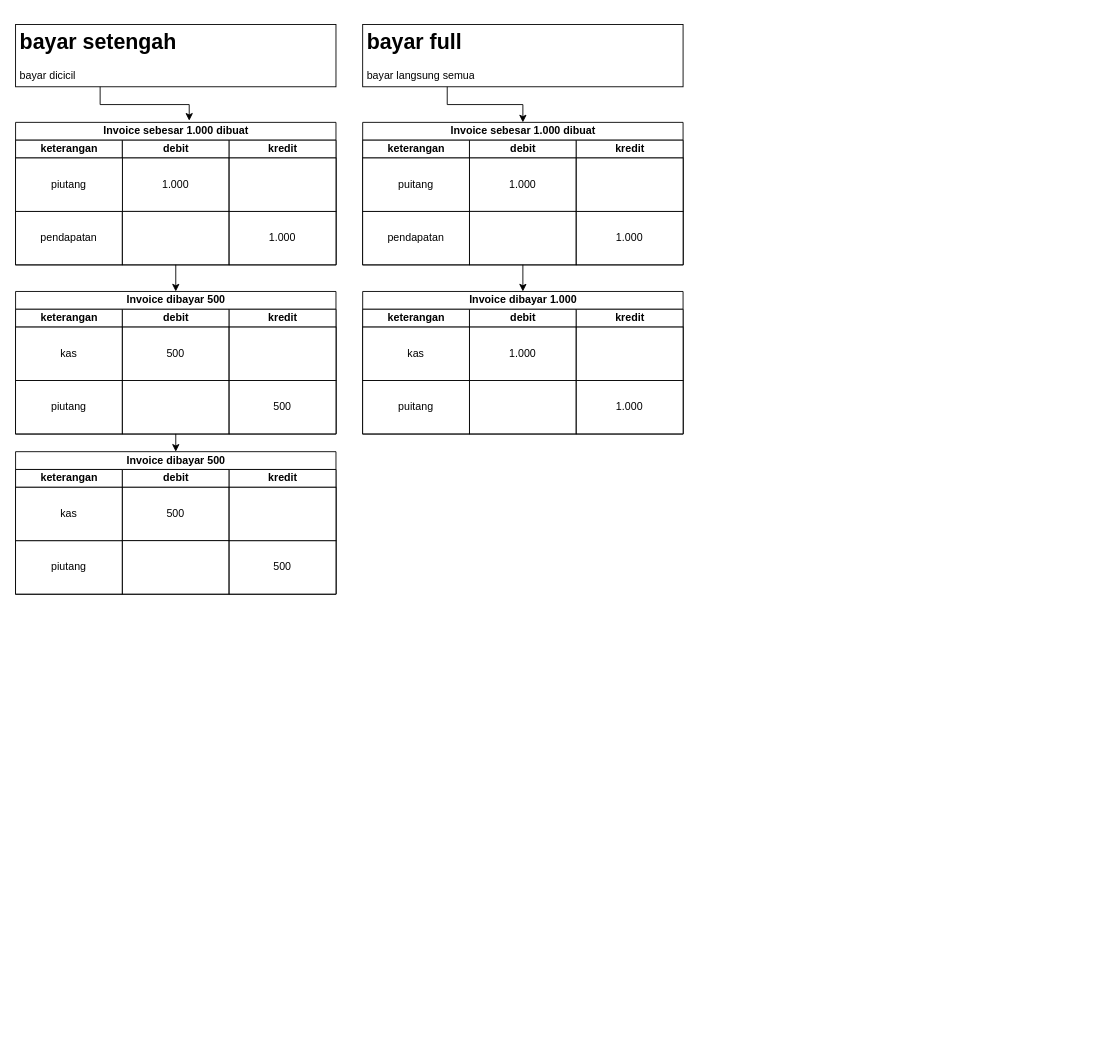
Earlier version of the draw.io diagram transaksi piutang.drawio (mieburungdara/draw.io_transaksipuitang). Source tidied: cells renumbered, new cells numbered last; positions are measured from the earlier drawing's top-left corner, leaving out a move shared by most shapes. Both pictures are drawn from the tidied source at 89%, with x=0, y=0 at pixel (15, 24).
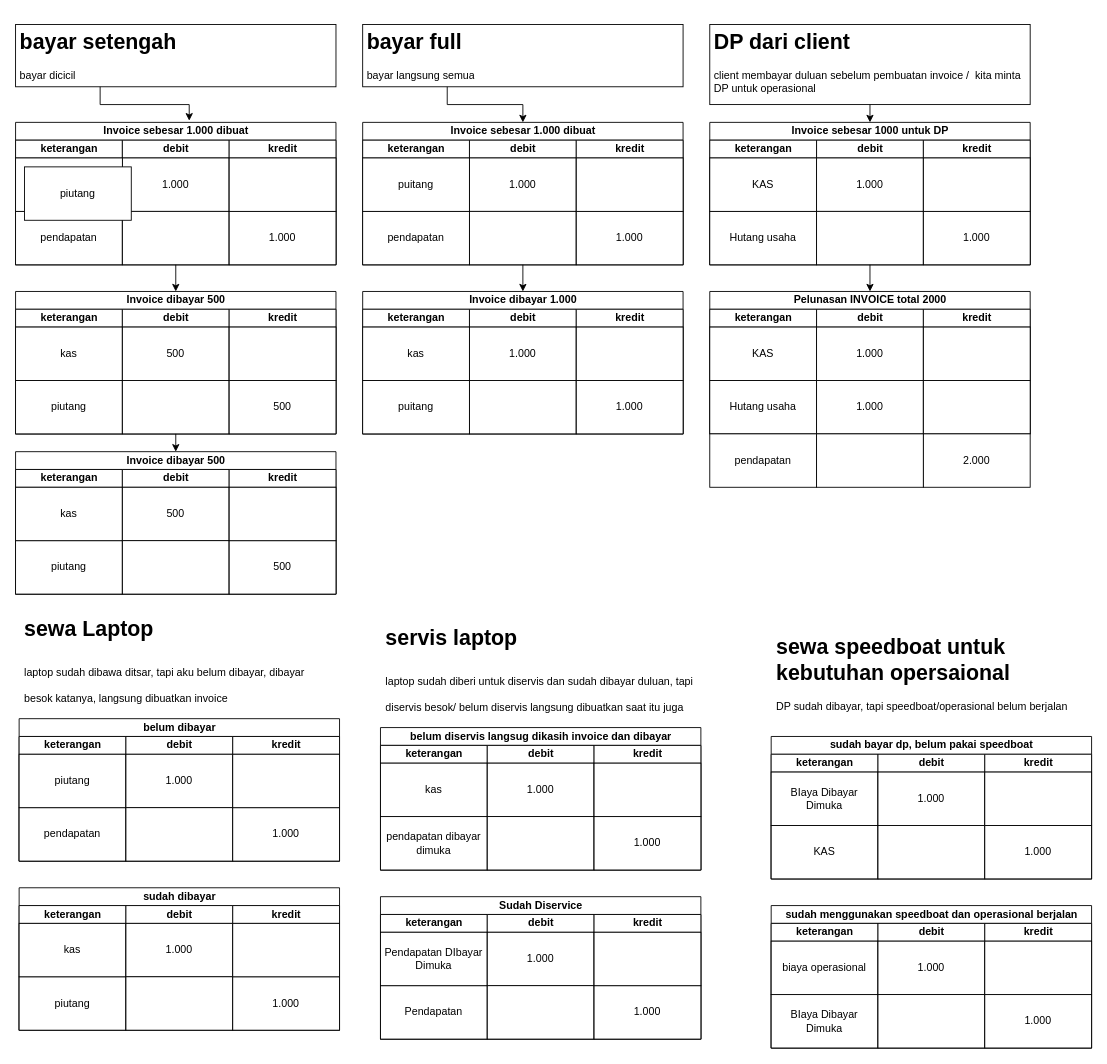
The same page after the edit.

Change to the diagram source:
```diff
@@
+    <mxCell id="61" style="rounded=0;whiteSpace=wrap;html=1;" parent="1" vertex="1">
+      <mxGeometry x="780" width="360" height="90" as="geometry" />
+    </mxCell>
+    <mxCell id="62" style="edgeStyle=orthogonalEdgeStyle;rounded=0;jettySize=auto;html=1;exitX=0.5;exitY=1;exitDx=0;exitDy=0;entryX=0.5;entryY=0;entryDx=0;entryDy=0;" parent="1" edge="1" source="63" target="64">
+      <mxGeometry relative="1" as="geometry" />
+    </mxCell>
+    <mxCell id="63" value="&lt;h1&gt;DP dari client&lt;/h1&gt;&lt;p&gt;client membayar duluan sebelum pembuatan invoice /&amp;nbsp; kita minta DP untuk operasional&lt;/p&gt;" style="text;html=1;strokeColor=none;fillColor=none;spacing=5;spacingTop=-20;whiteSpace=wrap;overflow=hidden;rounded=0;" parent="1" vertex="1">
+      <mxGeometry x="780" width="360" height="90" as="geometry" />
+    </mxCell>
+    <mxCell id="64" value="Invoice sebesar 1000 untuk DP" style="swimlane;startSize=20;html=1;" parent="1" vertex="1">
+      <mxGeometry x="780" y="110" width="360" height="160" as="geometry" />
+    </mxCell>
+    <mxCell id="65" value="keterangan" style="swimlane;startSize=20;html=1;" parent="64" vertex="1">
+      <mxGeometry y="20" width="120" height="140" as="geometry" />
+    </mxCell>
+    <mxCell id="66" value="Hutang usaha" style="rounded=0;whiteSpace=wrap;html=1;" parent="65" vertex="1">
+      <mxGeometry y="80" width="120" height="60" as="geometry" />
+    </mxCell>
+    <mxCell id="67" value="KAS" style="rounded=0;whiteSpace=wrap;html=1;" parent="65" vertex="1">
+      <mxGeometry y="20" width="120" height="60" as="geometry" />
+    </mxCell>
+    <mxCell id="68" value="debit" style="swimlane;startSize=20;html=1;" parent="64" vertex="1">
+      <mxGeometry x="120" y="20" width="120" height="140" as="geometry" />
+    </mxCell>
+    <mxCell id="69" value="1.000" style="rounded=0;whiteSpace=wrap;html=1;" parent="68" vertex="1">
+      <mxGeometry y="20" width="120" height="60" as="geometry" />
+    </mxCell>
+    <mxCell id="70" style="rounded=0;whiteSpace=wrap;html=1;" parent="68" vertex="1">
+      <mxGeometry y="80" width="120" height="60" as="geometry" />
+    </mxCell>
+    <mxCell id="71" value="kredit" style="swimlane;startSize=20;html=1;" parent="64" vertex="1">
+      <mxGeometry x="240" y="20" width="120" height="140" as="geometry" />
+    </mxCell>
+    <mxCell id="72" value="1.000" style="rounded=0;whiteSpace=wrap;html=1;" parent="71" vertex="1">
+      <mxGeometry y="80" width="120" height="60" as="geometry" />
+    </mxCell>
+    <mxCell id="73" style="rounded=0;whiteSpace=wrap;html=1;" parent="71" vertex="1">
+      <mxGeometry y="20" width="120" height="60" as="geometry" />
+    </mxCell>
+    <mxCell id="74" value="Pelunasan INVOICE total 2000" style="swimlane;startSize=20;html=1;" parent="1" vertex="1">
+      <mxGeometry x="780" y="300" width="360" height="160" as="geometry" />
+    </mxCell>
+    <mxCell id="75" value="keterangan" style="swimlane;startSize=20;html=1;" parent="74" vertex="1">
+      <mxGeometry y="20" width="120" height="140" as="geometry" />
+    </mxCell>
+    <mxCell id="76" value="Hutang usaha" style="rounded=0;whiteSpace=wrap;html=1;" parent="75" vertex="1">
+      <mxGeometry y="80" width="120" height="60" as="geometry" />
+    </mxCell>
+    <mxCell id="77" value="KAS" style="rounded=0;whiteSpace=wrap;html=1;" parent="75" vertex="1">
+      <mxGeometry y="20" width="120" height="60" as="geometry" />
+    </mxCell>
+    <mxCell id="78" value="debit" style="swimlane;startSize=20;html=1;" parent="74" vertex="1">
+      <mxGeometry x="120" y="20" width="120" height="140" as="geometry" />
+    </mxCell>
+    <mxCell id="79" value="1.000" style="rounded=0;whiteSpace=wrap;html=1;" parent="78" vertex="1">
+      <mxGeometry y="20" width="120" height="60" as="geometry" />
+    </mxCell>
+    <mxCell id="80" value="1.000" style="rounded=0;whiteSpace=wrap;html=1;" parent="78" vertex="1">
+      <mxGeometry y="80" width="120" height="60" as="geometry" />
+    </mxCell>
+    <mxCell id="81" value="kredit" style="swimlane;startSize=20;html=1;" parent="74" vertex="1">
+      <mxGeometry x="240" y="20" width="120" height="140" as="geometry" />
+    </mxCell>
+    <mxCell id="82" style="rounded=0;whiteSpace=wrap;html=1;" parent="81" vertex="1">
+      <mxGeometry y="80" width="120" height="60" as="geometry" />
+    </mxCell>
+    <mxCell id="83" style="rounded=0;whiteSpace=wrap;html=1;" parent="81" vertex="1">
+      <mxGeometry y="20" width="120" height="60" as="geometry" />
+    </mxCell>
+    <mxCell id="84" style="edgeStyle=orthogonalEdgeStyle;rounded=0;jettySize=auto;html=1;exitX=0.5;exitY=1;exitDx=0;exitDy=0;entryX=0.5;entryY=0;entryDx=0;entryDy=0;" parent="1" edge="1" source="70" target="74">
+      <mxGeometry relative="1" as="geometry" />
+    </mxCell>
+    <mxCell id="85" value="pendapatan" style="rounded=0;whiteSpace=wrap;html=1;" parent="1" vertex="1">
+      <mxGeometry x="780" y="460" width="120" height="60" as="geometry" />
+    </mxCell>
+    <mxCell id="86" style="rounded=0;whiteSpace=wrap;html=1;" parent="1" vertex="1">
+      <mxGeometry x="900" y="460" width="120" height="60" as="geometry" />
+    </mxCell>
+    <mxCell id="87" value="2.000" style="rounded=0;whiteSpace=wrap;html=1;" parent="1" vertex="1">
+      <mxGeometry x="1020" y="460" width="120" height="60" as="geometry" />
+    </mxCell>
+    <mxCell id="88" value="&lt;h1&gt;&lt;span style=&quot;background-color: initial;&quot;&gt;sewa Laptop&lt;/span&gt;&lt;/h1&gt;&lt;h1&gt;&lt;span style=&quot;background-color: initial; font-size: 12px; font-weight: normal;&quot;&gt;laptop sudah dibawa ditsar, tapi aku belum dibayar, dibayar besok katanya, langsung dibuatkan invoice&lt;/span&gt;&lt;br&gt;&lt;/h1&gt;" style="text;html=1;strokeColor=none;fillColor=none;spacing=5;spacingTop=-20;whiteSpace=wrap;overflow=hidden;rounded=0;" parent="1" vertex="1">
+      <mxGeometry x="5" y="660" width="356" height="120" as="geometry" />
+    </mxCell>
+    <mxCell id="89" value="belum dibayar" style="swimlane;startSize=20;html=1;" parent="1" vertex="1">
+      <mxGeometry x="4" y="780" width="360" height="160" as="geometry" />
+    </mxCell>
+    <mxCell id="90" value="keterangan" style="swimlane;startSize=20;html=1;" parent="89" vertex="1">
+      <mxGeometry y="20" width="120" height="140" as="geometry" />
+    </mxCell>
+    <mxCell id="91" value="pendapatan" style="rounded=0;whiteSpace=wrap;html=1;" parent="90" vertex="1">
+      <mxGeometry y="80" width="120" height="60" as="geometry" />
+    </mxCell>
+    <mxCell id="92" value="piutang" style="rounded=0;whiteSpace=wrap;html=1;" parent="90" vertex="1">
+      <mxGeometry y="20" width="120" height="60" as="geometry" />
+    </mxCell>
+    <mxCell id="93" value="debit" style="swimlane;startSize=20;html=1;" parent="89" vertex="1">
+      <mxGeometry x="120" y="20" width="120" height="140" as="geometry" />
+    </mxCell>
+    <mxCell id="94" value="1.000" style="rounded=0;whiteSpace=wrap;html=1;" parent="93" vertex="1">
+      <mxGeometry y="20" width="120" height="60" as="geometry" />
+    </mxCell>
+    <mxCell id="95" style="rounded=0;whiteSpace=wrap;html=1;" parent="93" vertex="1">
+      <mxGeometry y="80" width="120" height="60" as="geometry" />
+    </mxCell>
+    <mxCell id="96" value="kredit" style="swimlane;startSize=20;html=1;" parent="89" vertex="1">
+      <mxGeometry x="240" y="20" width="120" height="140" as="geometry" />
+    </mxCell>
+    <mxCell id="97" value="1.000" style="rounded=0;whiteSpace=wrap;html=1;" parent="96" vertex="1">
+      <mxGeometry y="80" width="120" height="60" as="geometry" />
+    </mxCell>
+    <mxCell id="98" style="rounded=0;whiteSpace=wrap;html=1;" parent="96" vertex="1">
+      <mxGeometry y="20" width="120" height="60" as="geometry" />
+    </mxCell>
+    <mxCell id="99" value="piutang" style="rounded=0;whiteSpace=wrap;html=1;" parent="1" vertex="1">
+      <mxGeometry x="10" y="160" width="120" height="60" as="geometry" />
+    </mxCell>
+    <mxCell id="100" value="sudah dibayar" style="swimlane;startSize=20;html=1;" parent="1" vertex="1">
+      <mxGeometry x="4" y="970" width="360" height="160" as="geometry" />
+    </mxCell>
+    <mxCell id="101" value="keterangan" style="swimlane;startSize=20;html=1;" parent="100" vertex="1">
+      <mxGeometry y="20" width="120" height="140" as="geometry" />
+    </mxCell>
+    <mxCell id="102" value="piutang" style="rounded=0;whiteSpace=wrap;html=1;" parent="101" vertex="1">
+      <mxGeometry y="80" width="120" height="60" as="geometry" />
+    </mxCell>
+    <mxCell id="103" value="kas" style="rounded=0;whiteSpace=wrap;html=1;" parent="101" vertex="1">
+      <mxGeometry y="20" width="120" height="60" as="geometry" />
+    </mxCell>
+    <mxCell id="104" value="debit" style="swimlane;startSize=20;html=1;" parent="100" vertex="1">
+      <mxGeometry x="120" y="20" width="120" height="140" as="geometry" />
+    </mxCell>
+    <mxCell id="105" value="1.000" style="rounded=0;whiteSpace=wrap;html=1;" parent="104" vertex="1">
+      <mxGeometry y="20" width="120" height="60" as="geometry" />
+    </mxCell>
+    <mxCell id="106" style="rounded=0;whiteSpace=wrap;html=1;" parent="104" vertex="1">
+      <mxGeometry y="80" width="120" height="60" as="geometry" />
+    </mxCell>
+    <mxCell id="107" value="kredit" style="swimlane;startSize=20;html=1;" parent="100" vertex="1">
+      <mxGeometry x="240" y="20" width="120" height="140" as="geometry" />
+    </mxCell>
+    <mxCell id="108" value="1.000" style="rounded=0;whiteSpace=wrap;html=1;" parent="107" vertex="1">
+      <mxGeometry y="80" width="120" height="60" as="geometry" />
+    </mxCell>
+    <mxCell id="109" style="rounded=0;whiteSpace=wrap;html=1;" parent="107" vertex="1">
+      <mxGeometry y="20" width="120" height="60" as="geometry" />
+    </mxCell>
+    <mxCell id="110" value="&lt;h1&gt;&lt;span style=&quot;background-color: initial;&quot;&gt;servis laptop&lt;/span&gt;&lt;/h1&gt;&lt;h1&gt;&lt;span style=&quot;background-color: initial; font-size: 12px; font-weight: normal;&quot;&gt;laptop sudah diberi untuk diservis dan sudah dibayar duluan, tapi diservis besok/ belum diservis langsung dibuatkan saat itu juga&lt;/span&gt;&lt;br&gt;&lt;/h1&gt;" style="text;html=1;strokeColor=none;fillColor=none;spacing=5;spacingTop=-20;whiteSpace=wrap;overflow=hidden;rounded=0;" parent="1" vertex="1">
+      <mxGeometry x="411" y="670" width="356" height="120" as="geometry" />
+    </mxCell>
+    <mxCell id="111" value="belum diservis langsug dikasih invoice dan dibayar" style="swimlane;startSize=20;html=1;" parent="1" vertex="1">
+      <mxGeometry x="410" y="790" width="360" height="160" as="geometry" />
+    </mxCell>
+    <mxCell id="112" value="keterangan" style="swimlane;startSize=20;html=1;" parent="111" vertex="1">
+      <mxGeometry y="20" width="120" height="140" as="geometry" />
+    </mxCell>
+    <mxCell id="113" value="pendapatan dibayar dimuka" style="rounded=0;whiteSpace=wrap;html=1;" parent="112" vertex="1">
+      <mxGeometry y="80" width="120" height="60" as="geometry" />
+    </mxCell>
+    <mxCell id="114" value="kas" style="rounded=0;whiteSpace=wrap;html=1;" parent="112" vertex="1">
+      <mxGeometry y="20" width="120" height="60" as="geometry" />
+    </mxCell>
+    <mxCell id="115" value="debit" style="swimlane;startSize=20;html=1;" parent="111" vertex="1">
+      <mxGeometry x="120" y="20" width="120" height="140" as="geometry" />
+    </mxCell>
+    <mxCell id="116" value="1.000" style="rounded=0;whiteSpace=wrap;html=1;" parent="115" vertex="1">
+      <mxGeometry y="20" width="120" height="60" as="geometry" />
+    </mxCell>
+    <mxCell id="117" style="rounded=0;whiteSpace=wrap;html=1;" parent="115" vertex="1">
+      <mxGeometry y="80" width="120" height="60" as="geometry" />
+    </mxCell>
+    <mxCell id="118" value="kredit" style="swimlane;startSize=20;html=1;" parent="111" vertex="1">
+      <mxGeometry x="240" y="20" width="120" height="140" as="geometry" />
+    </mxCell>
+    <mxCell id="119" value="1.000" style="rounded=0;whiteSpace=wrap;html=1;" parent="118" vertex="1">
+      <mxGeometry y="80" width="120" height="60" as="geometry" />
+    </mxCell>
+    <mxCell id="120" style="rounded=0;whiteSpace=wrap;html=1;" parent="118" vertex="1">
+      <mxGeometry y="20" width="120" height="60" as="geometry" />
+    </mxCell>
+    <mxCell id="121" value="Sudah Diservice" style="swimlane;startSize=20;html=1;" parent="1" vertex="1">
+      <mxGeometry x="410" y="980" width="360" height="160" as="geometry" />
+    </mxCell>
+    <mxCell id="122" value="keterangan" style="swimlane;startSize=20;html=1;" parent="121" vertex="1">
+      <mxGeometry y="20" width="120" height="140" as="geometry" />
+    </mxCell>
+    <mxCell id="123" value="Pendapatan" style="rounded=0;whiteSpace=wrap;html=1;" parent="122" vertex="1">
+      <mxGeometry y="80" width="120" height="60" as="geometry" />
+    </mxCell>
+    <mxCell id="124" value="Pendapatan DIbayar Dimuka" style="rounded=0;whiteSpace=wrap;html=1;" parent="122" vertex="1">
+      <mxGeometry y="20" width="120" height="60" as="geometry" />
+    </mxCell>
+    <mxCell id="125" value="debit" style="swimlane;startSize=20;html=1;" parent="121" vertex="1">
+      <mxGeometry x="120" y="20" width="120" height="140" as="geometry" />
+    </mxCell>
+    <mxCell id="126" value="1.000" style="rounded=0;whiteSpace=wrap;html=1;" parent="125" vertex="1">
+      <mxGeometry y="20" width="120" height="60" as="geometry" />
+    </mxCell>
+    <mxCell id="127" style="rounded=0;whiteSpace=wrap;html=1;" parent="125" vertex="1">
+      <mxGeometry y="80" width="120" height="60" as="geometry" />
+    </mxCell>
+    <mxCell id="128" value="kredit" style="swimlane;startSize=20;html=1;" parent="121" vertex="1">
+      <mxGeometry x="240" y="20" width="120" height="140" as="geometry" />
+    </mxCell>
+    <mxCell id="129" value="1.000" style="rounded=0;whiteSpace=wrap;html=1;" parent="128" vertex="1">
+      <mxGeometry y="80" width="120" height="60" as="geometry" />
+    </mxCell>
+    <mxCell id="130" style="rounded=0;whiteSpace=wrap;html=1;" parent="128" vertex="1">
+      <mxGeometry y="20" width="120" height="60" as="geometry" />
+    </mxCell>
+    <mxCell id="131" value="&lt;h1&gt;&lt;span style=&quot;background-color: initial;&quot;&gt;sewa speedboat untuk kebutuhan opersaional&lt;/span&gt;&lt;br&gt;&lt;/h1&gt;&lt;div&gt;DP sudah dibayar, tapi speedboat/operasional belum berjalan&lt;/div&gt;" style="text;html=1;strokeColor=none;fillColor=none;spacing=5;spacingTop=-20;whiteSpace=wrap;overflow=hidden;rounded=0;" parent="1" vertex="1">
+      <mxGeometry x="850" y="680" width="356" height="130" as="geometry" />
+    </mxCell>
+    <mxCell id="132" value="sudah bayar dp, belum pakai speedboat" style="swimlane;startSize=20;html=1;" parent="1" vertex="1">
+      <mxGeometry x="849" y="800" width="360" height="160" as="geometry" />
+    </mxCell>
+    <mxCell id="133" value="keterangan" style="swimlane;startSize=20;html=1;" parent="132" vertex="1">
+      <mxGeometry y="20" width="120" height="140" as="geometry" />
+    </mxCell>
+    <mxCell id="134" value="KAS" style="rounded=0;whiteSpace=wrap;html=1;" parent="133" vertex="1">
+      <mxGeometry y="80" width="120" height="60" as="geometry" />
+    </mxCell>
+    <mxCell id="135" value="BIaya Dibayar Dimuka" style="rounded=0;whiteSpace=wrap;html=1;" parent="133" vertex="1">
+      <mxGeometry y="20" width="120" height="60" as="geometry" />
+    </mxCell>
+    <mxCell id="136" value="debit" style="swimlane;startSize=20;html=1;" parent="132" vertex="1">
+      <mxGeometry x="120" y="20" width="120" height="140" as="geometry" />
+    </mxCell>
+    <mxCell id="137" value="1.000" style="rounded=0;whiteSpace=wrap;html=1;" parent="136" vertex="1">
+      <mxGeometry y="20" width="120" height="60" as="geometry" />
+    </mxCell>
+    <mxCell id="138" style="rounded=0;whiteSpace=wrap;html=1;" parent="136" vertex="1">
+      <mxGeometry y="80" width="120" height="60" as="geometry" />
+    </mxCell>
+    <mxCell id="139" value="kredit" style="swimlane;startSize=20;html=1;" parent="132" vertex="1">
+      <mxGeometry x="240" y="20" width="120" height="140" as="geometry" />
+    </mxCell>
+    <mxCell id="140" value="1.000" style="rounded=0;whiteSpace=wrap;html=1;" parent="139" vertex="1">
+      <mxGeometry y="80" width="120" height="60" as="geometry" />
+    </mxCell>
+    <mxCell id="141" style="rounded=0;whiteSpace=wrap;html=1;" parent="139" vertex="1">
+      <mxGeometry y="20" width="120" height="60" as="geometry" />
+    </mxCell>
+    <mxCell id="142" value="sudah menggunakan speedboat dan operasional berjalan" style="swimlane;startSize=20;html=1;" parent="1" vertex="1">
+      <mxGeometry x="849" y="990" width="360" height="160" as="geometry" />
+    </mxCell>
+    <mxCell id="143" value="keterangan" style="swimlane;startSize=20;html=1;" parent="142" vertex="1">
+      <mxGeometry y="20" width="120" height="140" as="geometry" />
+    </mxCell>
+    <mxCell id="144" value="BIaya Dibayar Dimuka" style="rounded=0;whiteSpace=wrap;html=1;" parent="143" vertex="1">
+      <mxGeometry y="80" width="120" height="60" as="geometry" />
+    </mxCell>
+    <mxCell id="145" value="biaya operasional" style="rounded=0;whiteSpace=wrap;html=1;" parent="143" vertex="1">
+      <mxGeometry y="20" width="120" height="60" as="geometry" />
+    </mxCell>
+    <mxCell id="146" value="debit" style="swimlane;startSize=20;html=1;" parent="142" vertex="1">
+      <mxGeometry x="120" y="20" width="120" height="140" as="geometry" />
+    </mxCell>
+    <mxCell id="147" value="1.000" style="rounded=0;whiteSpace=wrap;html=1;" parent="146" vertex="1">
+      <mxGeometry y="20" width="120" height="60" as="geometry" />
+    </mxCell>
+    <mxCell id="148" style="rounded=0;whiteSpace=wrap;html=1;" parent="146" vertex="1">
+      <mxGeometry y="80" width="120" height="60" as="geometry" />
+    </mxCell>
+    <mxCell id="149" value="kredit" style="swimlane;startSize=20;html=1;" parent="142" vertex="1">
+      <mxGeometry x="240" y="20" width="120" height="140" as="geometry" />
+    </mxCell>
+    <mxCell id="150" value="1.000" style="rounded=0;whiteSpace=wrap;html=1;" parent="149" vertex="1">
+      <mxGeometry y="80" width="120" height="60" as="geometry" />
+    </mxCell>
+    <mxCell id="151" style="rounded=0;whiteSpace=wrap;html=1;" parent="149" vertex="1">
+      <mxGeometry y="20" width="120" height="60" as="geometry" />
+    </mxCell>
```
